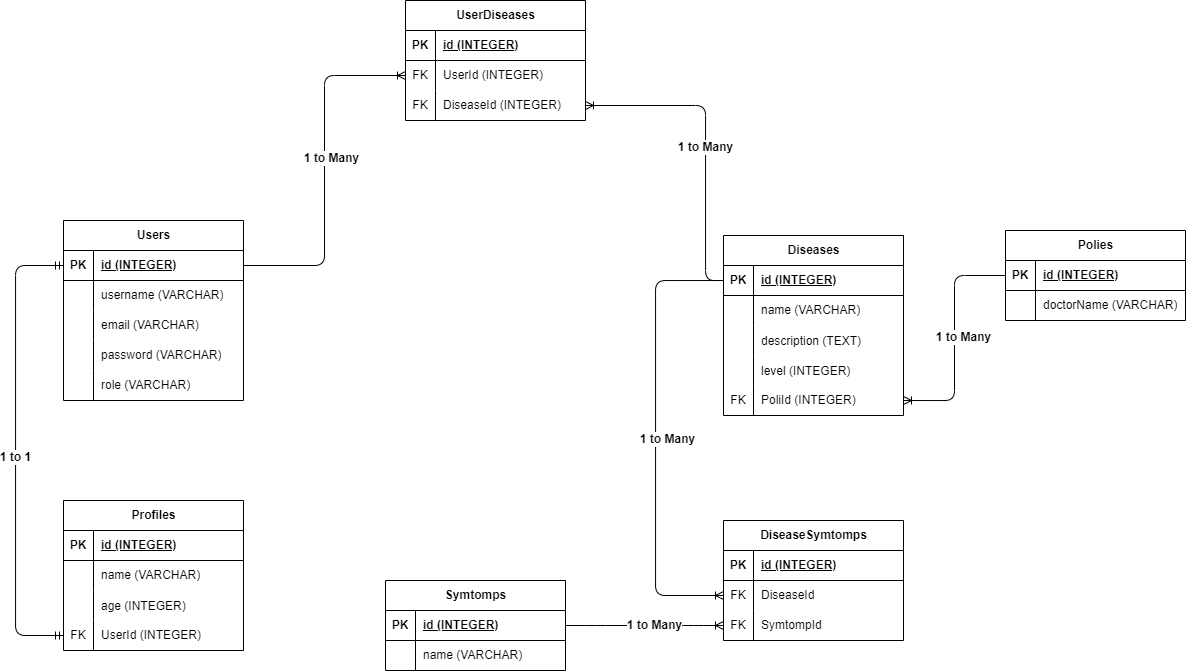
This is schema.drawio.png from KendySupratowo/HiDoc, a draw.io export, as it was before one commit. Source tidied: cells renumbered, new cells last; positions are measured from the earlier drawing's top-left corner, leaving out a move shared by most shapes.
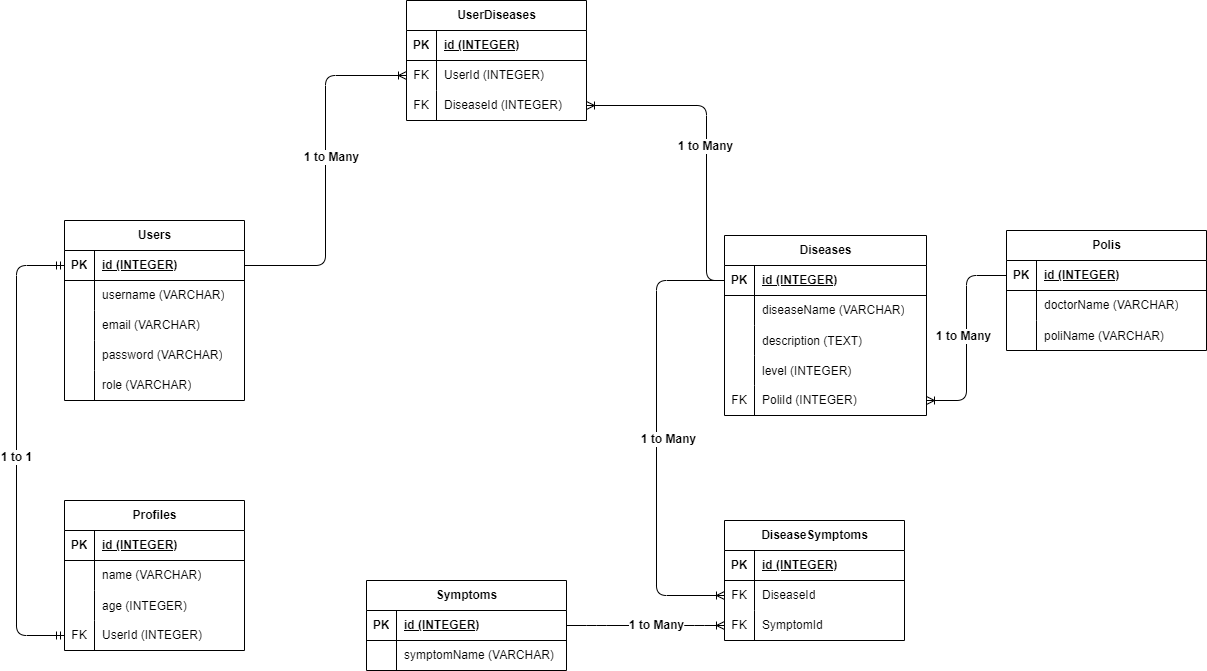
After the change.

Diff of the diagram source:
```diff
@@ -81,52 +81,52 @@
       <mxGeometry x="30" width="150" height="30" as="geometry" />
     </mxCell>
     <mxCell id="28" value="Diseases" style="shape=table;startSize=30;rowLines=0;fontStyle=1;align=center;html=1;" parent="1" vertex="1">
-      <mxGeometry x="708" y="235" width="180" height="180" as="geometry" />
+      <mxGeometry x="708" y="235" width="202" height="180" as="geometry" />
     </mxCell>
     <mxCell id="29" style="shape=tableRow;horizontal=0;startSize=0;swimlaneHead=0;swimlaneBody=0;fillColor=none;points=[[0,0.5],[1,0.5]];portConstraint=eastwest;top=0;left=0;right=0;bottom=1;" parent="28" vertex="1">
-      <mxGeometry y="30" width="180" height="30" as="geometry" />
+      <mxGeometry y="30" width="202" height="30" as="geometry" />
     </mxCell>
     <mxCell id="30" value="PK" style="shape=partialRectangle;fillColor=none;top=0;left=0;bottom=0;right=0;fontStyle=1;overflow=hidden;whiteSpace=wrap;html=1;" parent="29" vertex="1">
       <mxGeometry width="30" height="30" as="geometry" />
     </mxCell>
     <mxCell id="31" value="id (INTEGER)" style="shape=partialRectangle;fillColor=none;top=0;left=0;bottom=0;right=0;align=left;spacingLeft=6;fontStyle=5;overflow=hidden;whiteSpace=wrap;html=1;" parent="29" vertex="1">
-      <mxGeometry x="30" width="150" height="30" as="geometry" />
+      <mxGeometry x="30" width="172" height="30" as="geometry" />
     </mxCell>
     <mxCell id="32" style="shape=tableRow;horizontal=0;startSize=0;swimlaneHead=0;swimlaneBody=0;fillColor=none;top=0;left=0;right=0;bottom=0;" parent="28" vertex="1">
-      <mxGeometry y="60" width="180" height="30" as="geometry" />
+      <mxGeometry y="60" width="202" height="30" as="geometry" />
     </mxCell>
     <mxCell id="33" style="shape=partialRectangle;fillColor=none;top=0;left=0;bottom=0;right=0;overflow=hidden;whiteSpace=wrap;html=1;" parent="32" vertex="1">
       <mxGeometry width="30" height="30" as="geometry" />
     </mxCell>
-    <mxCell id="34" value="name (VARCHAR)" style="shape=partialRectangle;fillColor=none;top=0;left=0;bottom=0;right=0;align=left;spacingLeft=6;overflow=hidden;whiteSpace=wrap;html=1;" parent="32" vertex="1">
-      <mxGeometry x="30" width="150" height="30" as="geometry" />
+    <mxCell id="34" value="diseaseName (VARCHAR)" style="shape=partialRectangle;fillColor=none;top=0;left=0;bottom=0;right=0;align=left;spacingLeft=6;overflow=hidden;whiteSpace=wrap;html=1;" parent="32" vertex="1">
+      <mxGeometry x="30" width="172" height="30" as="geometry" />
     </mxCell>
     <mxCell id="35" style="shape=tableRow;horizontal=0;startSize=0;swimlaneHead=0;swimlaneBody=0;fillColor=none;top=0;left=0;right=0;bottom=0;" parent="28" vertex="1">
-      <mxGeometry y="90" width="180" height="30" as="geometry" />
+      <mxGeometry y="90" width="202" height="30" as="geometry" />
     </mxCell>
     <mxCell id="36" style="shape=partialRectangle;fillColor=none;top=0;left=0;bottom=0;right=0;overflow=hidden;" parent="35" vertex="1">
       <mxGeometry width="30" height="30" as="geometry" />
     </mxCell>
     <mxCell id="37" value="description (TEXT)" style="shape=partialRectangle;fillColor=none;top=0;left=0;bottom=0;right=0;align=left;spacingLeft=6;overflow=hidden;" parent="35" vertex="1">
-      <mxGeometry x="30" width="150" height="30" as="geometry" />
+      <mxGeometry x="30" width="172" height="30" as="geometry" />
     </mxCell>
     <mxCell id="38" style="shape=tableRow;horizontal=0;startSize=0;swimlaneHead=0;swimlaneBody=0;fillColor=none;top=0;left=0;right=0;bottom=0;" parent="28" vertex="1">
-      <mxGeometry y="120" width="180" height="30" as="geometry" />
+      <mxGeometry y="120" width="202" height="30" as="geometry" />
     </mxCell>
     <mxCell id="39" style="shape=partialRectangle;fillColor=none;top=0;left=0;bottom=0;right=0;overflow=hidden;" parent="38" vertex="1">
       <mxGeometry width="30" height="30" as="geometry" />
     </mxCell>
     <mxCell id="40" value="level (INTEGER)" style="shape=partialRectangle;fillColor=none;top=0;left=0;bottom=0;right=0;align=left;spacingLeft=6;overflow=hidden;" parent="38" vertex="1">
-      <mxGeometry x="30" width="150" height="30" as="geometry" />
+      <mxGeometry x="30" width="172" height="30" as="geometry" />
     </mxCell>
     <mxCell id="41" style="shape=tableRow;horizontal=0;startSize=0;swimlaneHead=0;swimlaneBody=0;fillColor=none;points=[[0,0.5],[1,0.5]];portConstraint=eastwest;top=0;left=0;right=0;bottom=0;" parent="28" vertex="1">
-      <mxGeometry y="150" width="180" height="30" as="geometry" />
+      <mxGeometry y="150" width="202" height="30" as="geometry" />
     </mxCell>
     <mxCell id="42" value="FK" style="shape=partialRectangle;fillColor=none;top=0;left=0;bottom=0;right=0;fontStyle=0;overflow=hidden;whiteSpace=wrap;html=1;" parent="41" vertex="1">
       <mxGeometry width="30" height="30" as="geometry" />
     </mxCell>
     <mxCell id="43" value="PoliId (INTEGER)" style="shape=partialRectangle;fillColor=none;top=0;left=0;bottom=0;right=0;align=left;spacingLeft=6;fontStyle=0;overflow=hidden;whiteSpace=wrap;html=1;" parent="41" vertex="1">
-      <mxGeometry x="30" width="150" height="30" as="geometry" />
+      <mxGeometry x="30" width="172" height="30" as="geometry" />
     </mxCell>
     <mxCell id="44" style="edgeStyle=orthogonalEdgeStyle;fontSize=12;html=1;endArrow=ERoneToMany;exitX=1;exitY=0.5;exitDx=0;exitDy=0;entryX=0;entryY=0.5;entryDx=0;entryDy=0;" parent="1" edge="1" source="3" target="22">
       <mxGeometry relative="1" as="geometry" />
@@ -139,26 +139,26 @@
         </Array>
       </mxGeometry>
     </mxCell>
-    <mxCell id="46" value="Symtomps" style="shape=table;startSize=30;rowLines=0;fontStyle=1;align=center;html=1;" parent="1" vertex="1">
-      <mxGeometry x="370" y="580" width="180" height="90" as="geometry" />
+    <mxCell id="46" value="Symptoms" style="shape=table;startSize=30;rowLines=0;fontStyle=1;align=center;html=1;" parent="1" vertex="1">
+      <mxGeometry x="350" y="580" width="200" height="90" as="geometry" />
     </mxCell>
     <mxCell id="47" style="shape=tableRow;horizontal=0;startSize=0;swimlaneHead=0;swimlaneBody=0;fillColor=none;points=[[0,0.5],[1,0.5]];portConstraint=eastwest;top=0;left=0;right=0;bottom=1;" parent="46" vertex="1">
-      <mxGeometry y="30" width="180" height="30" as="geometry" />
+      <mxGeometry y="30" width="200" height="30" as="geometry" />
     </mxCell>
     <mxCell id="48" value="PK" style="shape=partialRectangle;fillColor=none;top=0;left=0;bottom=0;right=0;fontStyle=1;overflow=hidden;whiteSpace=wrap;html=1;" parent="47" vertex="1">
       <mxGeometry width="30" height="30" as="geometry" />
     </mxCell>
     <mxCell id="49" value="id (INTEGER)" style="shape=partialRectangle;fillColor=none;top=0;left=0;bottom=0;right=0;align=left;spacingLeft=6;fontStyle=5;overflow=hidden;whiteSpace=wrap;html=1;" parent="47" vertex="1">
-      <mxGeometry x="30" width="150" height="30" as="geometry" />
+      <mxGeometry x="30" width="170" height="30" as="geometry" />
     </mxCell>
     <mxCell id="50" style="shape=tableRow;horizontal=0;startSize=0;swimlaneHead=0;swimlaneBody=0;fillColor=none;top=0;left=0;right=0;bottom=0;" parent="46" vertex="1">
-      <mxGeometry y="60" width="180" height="30" as="geometry" />
+      <mxGeometry y="60" width="200" height="30" as="geometry" />
     </mxCell>
     <mxCell id="51" style="shape=partialRectangle;fillColor=none;top=0;left=0;bottom=0;right=0;overflow=hidden;whiteSpace=wrap;html=1;" parent="50" vertex="1">
       <mxGeometry width="30" height="30" as="geometry" />
     </mxCell>
-    <mxCell id="52" value="name (VARCHAR)" style="shape=partialRectangle;fillColor=none;top=0;left=0;bottom=0;right=0;align=left;spacingLeft=6;overflow=hidden;whiteSpace=wrap;html=1;" parent="50" vertex="1">
-      <mxGeometry x="30" width="150" height="30" as="geometry" />
+    <mxCell id="52" value="symptomName (VARCHAR)" style="shape=partialRectangle;fillColor=none;top=0;left=0;bottom=0;right=0;align=left;spacingLeft=6;overflow=hidden;whiteSpace=wrap;html=1;" parent="50" vertex="1">
+      <mxGeometry x="30" width="170" height="30" as="geometry" />
     </mxCell>
     <mxCell id="53" style="edgeStyle=entityRelationEdgeStyle;fontSize=12;html=1;endArrow=ERoneToMany;exitX=1;exitY=0.5;exitDx=0;exitDy=0;entryX=0;entryY=0.5;entryDx=0;entryDy=0;" parent="1" edge="1" source="47" target="79">
       <mxGeometry relative="1" as="geometry">
@@ -235,7 +235,7 @@
         <mxPoint x="-145" y="-93" as="offset" />
       </mxGeometry>
     </mxCell>
-    <mxCell id="72" value="DiseaseSymtomps" style="shape=table;startSize=30;rowLines=0;fontStyle=1;align=center;html=1;" parent="1" vertex="1">
+    <mxCell id="72" value="DiseaseSymptoms" style="shape=table;startSize=30;rowLines=0;fontStyle=1;align=center;html=1;" parent="1" vertex="1">
       <mxGeometry x="708" y="520" width="180" height="120" as="geometry" />
     </mxCell>
     <mxCell id="73" style="shape=tableRow;horizontal=0;startSize=0;swimlaneHead=0;swimlaneBody=0;fillColor=none;top=0;left=0;right=0;bottom=1;" parent="72" vertex="1">
@@ -262,7 +262,7 @@
     <mxCell id="80" value="FK" style="shape=partialRectangle;fillColor=none;top=0;left=0;bottom=0;right=0;overflow=hidden;whiteSpace=wrap;html=1;" parent="79" vertex="1">
       <mxGeometry width="30" height="30" as="geometry" />
     </mxCell>
-    <mxCell id="81" value="SymtompId" style="shape=partialRectangle;fillColor=none;top=0;left=0;bottom=0;right=0;align=left;spacingLeft=6;overflow=hidden;whiteSpace=wrap;html=1;" parent="79" vertex="1">
+    <mxCell id="81" value="SymptomId" style="shape=partialRectangle;fillColor=none;top=0;left=0;bottom=0;right=0;align=left;spacingLeft=6;overflow=hidden;whiteSpace=wrap;html=1;" parent="79" vertex="1">
       <mxGeometry x="30" width="150" height="30" as="geometry" />
     </mxCell>
     <mxCell id="82" style="edgeStyle=orthogonalEdgeStyle;fontSize=12;html=1;endArrow=ERoneToMany;exitX=0;exitY=0.5;exitDx=0;exitDy=0;entryX=0;entryY=0.5;entryDx=0;entryDy=0;" parent="1" edge="1" source="29" target="76">
@@ -278,27 +278,36 @@
         <mxPoint x="10" as="offset" />
       </mxGeometry>
     </mxCell>
-    <mxCell id="84" value="Polies" style="shape=table;startSize=30;rowLines=0;fontStyle=1;align=center;html=1;" parent="1" vertex="1">
-      <mxGeometry x="990" y="230" width="180" height="90" as="geometry" />
+    <mxCell id="84" value="Polis" style="shape=table;startSize=30;rowLines=0;fontStyle=1;align=center;html=1;" parent="1" vertex="1">
+      <mxGeometry x="990" y="230" width="200" height="120" as="geometry" />
     </mxCell>
     <mxCell id="85" style="shape=tableRow;horizontal=0;startSize=0;swimlaneHead=0;swimlaneBody=0;fillColor=none;points=[[0,0.5],[1,0.5]];portConstraint=eastwest;top=0;left=0;right=0;bottom=1;" parent="84" vertex="1">
-      <mxGeometry y="30" width="180" height="30" as="geometry" />
+      <mxGeometry y="30" width="200" height="30" as="geometry" />
     </mxCell>
     <mxCell id="86" value="PK" style="shape=partialRectangle;fillColor=none;top=0;left=0;bottom=0;right=0;fontStyle=1;overflow=hidden;whiteSpace=wrap;html=1;" parent="85" vertex="1">
       <mxGeometry width="30" height="30" as="geometry" />
     </mxCell>
     <mxCell id="87" value="id (INTEGER)" style="shape=partialRectangle;fillColor=none;top=0;left=0;bottom=0;right=0;align=left;spacingLeft=6;fontStyle=5;overflow=hidden;whiteSpace=wrap;html=1;" parent="85" vertex="1">
-      <mxGeometry x="30" width="150" height="30" as="geometry" />
+      <mxGeometry x="30" width="170" height="30" as="geometry" />
     </mxCell>
     <mxCell id="88" style="shape=tableRow;horizontal=0;startSize=0;swimlaneHead=0;swimlaneBody=0;fillColor=none;top=0;left=0;right=0;bottom=0;" parent="84" vertex="1">
-      <mxGeometry y="60" width="180" height="30" as="geometry" />
+      <mxGeometry y="60" width="200" height="30" as="geometry" />
     </mxCell>
     <mxCell id="89" style="shape=partialRectangle;fillColor=none;top=0;left=0;bottom=0;right=0;overflow=hidden;whiteSpace=wrap;html=1;" parent="88" vertex="1">
       <mxGeometry width="30" height="30" as="geometry" />
     </mxCell>
     <mxCell id="90" value="doctorName (VARCHAR)" style="shape=partialRectangle;fillColor=none;top=0;left=0;bottom=0;right=0;align=left;spacingLeft=6;overflow=hidden;whiteSpace=wrap;html=1;" parent="88" vertex="1">
-      <mxGeometry x="30" width="150" height="30" as="geometry" />
+      <mxGeometry x="30" width="170" height="30" as="geometry" />
     </mxCell>
+    <mxCell id="93" style="shape=tableRow;horizontal=0;startSize=0;swimlaneHead=0;swimlaneBody=0;fillColor=none;top=0;left=0;right=0;bottom=0;" parent="84" vertex="1">
+      <mxGeometry y="90" width="200" height="30" as="geometry" />
+    </mxCell>
+    <mxCell id="94" style="shape=partialRectangle;fillColor=none;top=0;left=0;bottom=0;right=0;overflow=hidden;" parent="93" vertex="1">
+      <mxGeometry width="30" height="30" as="geometry" />
+    </mxCell>
+    <mxCell id="95" value="poliName (VARCHAR)" style="shape=partialRectangle;fillColor=none;top=0;left=0;bottom=0;right=0;align=left;spacingLeft=6;overflow=hidden;" parent="93" vertex="1">
+      <mxGeometry x="30" width="170" height="30" as="geometry" />
+    </mxCell>
     <mxCell id="91" style="edgeStyle=orthogonalEdgeStyle;fontSize=12;html=1;endArrow=ERoneToMany;exitX=0;exitY=0.5;exitDx=0;exitDy=0;entryX=1;entryY=0.5;entryDx=0;entryDy=0;" parent="1" edge="1" source="85" target="41">
       <mxGeometry relative="1" as="geometry" />
     </mxCell>
```
